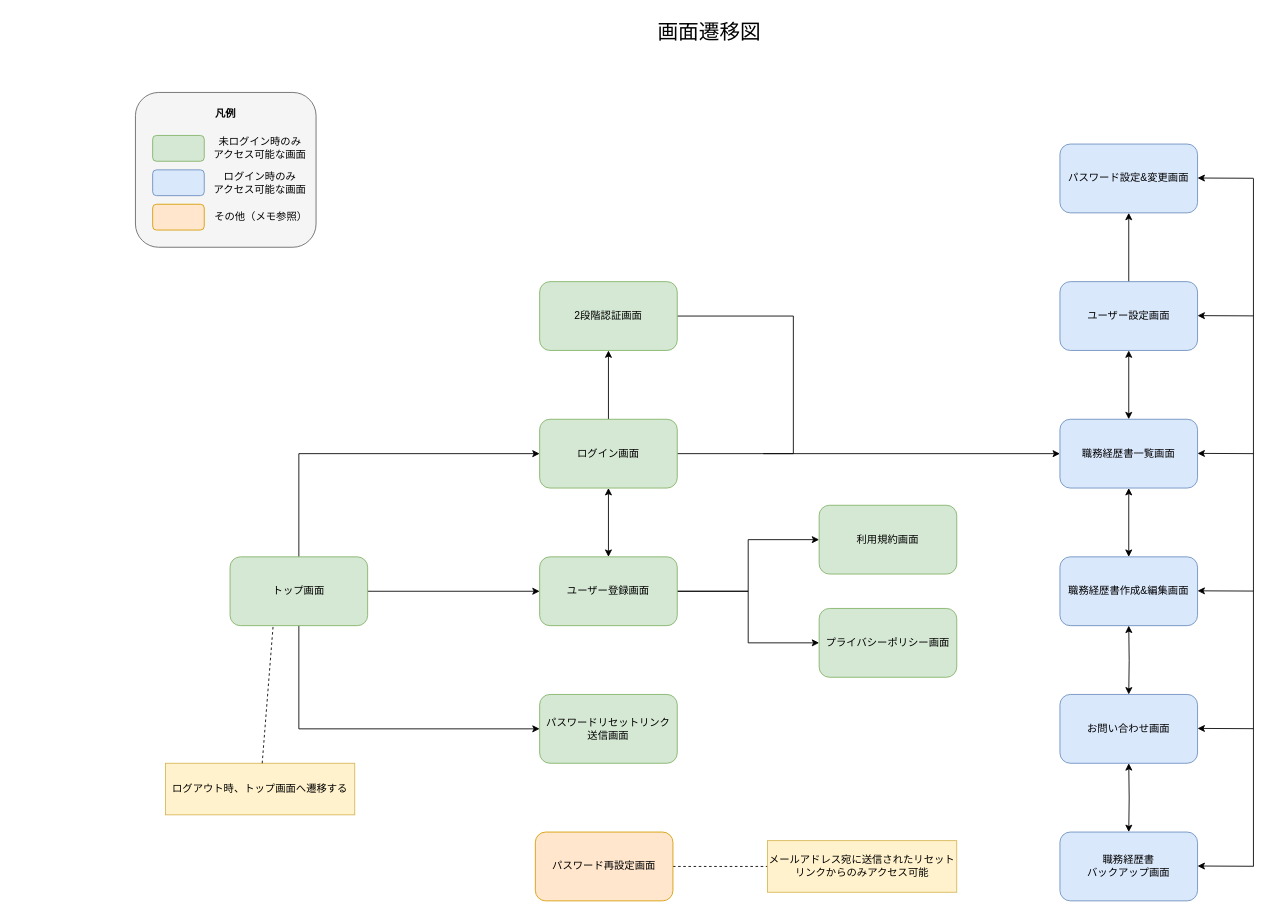
DogisRiki/KeirekiPro keeps this draw.io diagram as doc/画面設計/画面遷移図.drawio. Above is the earlier version. Source tidied: cells renumbered, new cells numbered last; positions are measured from the earlier drawing's top-left corner, leaving out a move shared by most shapes. Both pictures are drawn from the tidied source at 86%, with x=0, y=0 at pixel (135, 15).
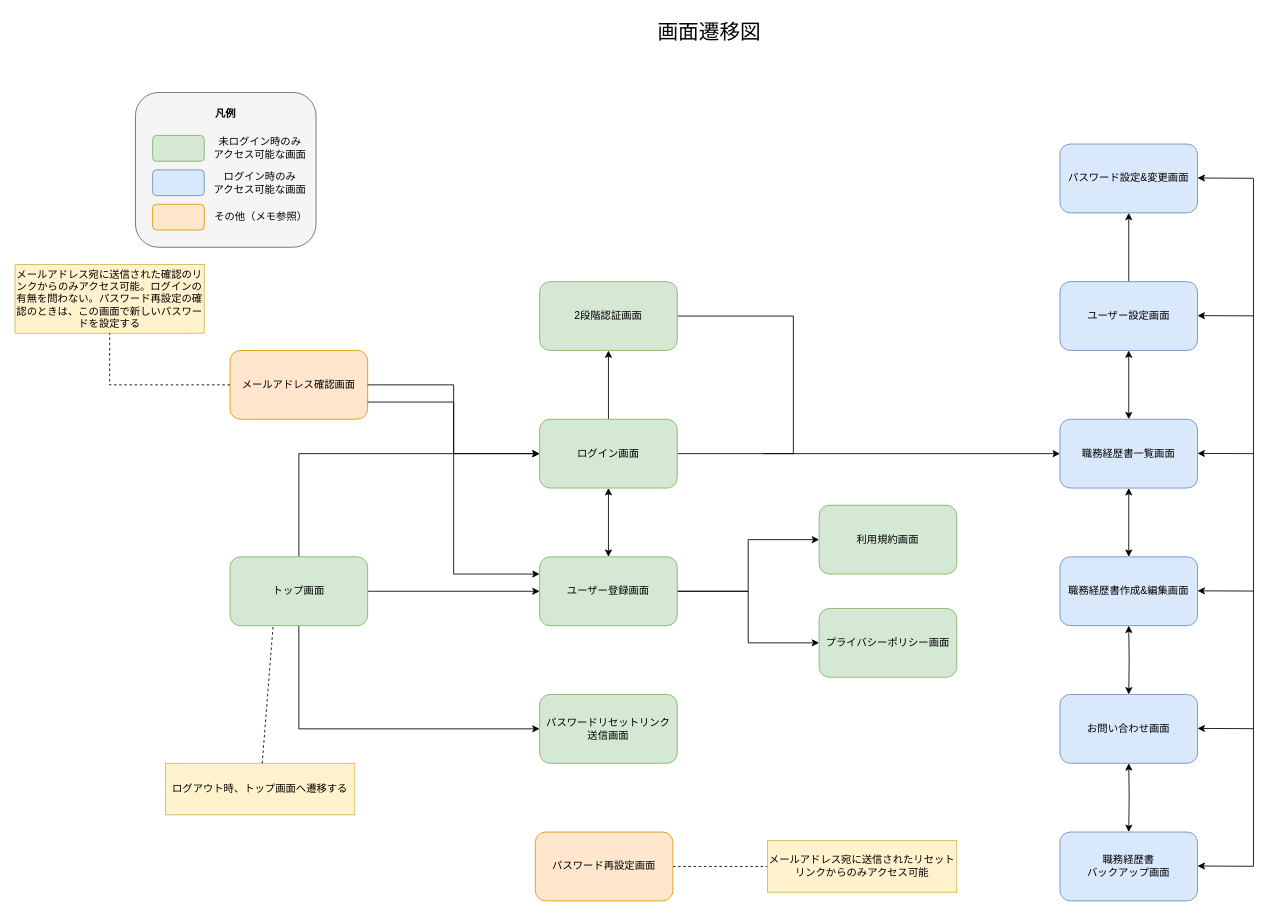
Above is the later version.

Unchanged cells that the change refers to:
```xml
<mxCell id="19" value="ログイン画面" style="rounded=1;whiteSpace=wrap;html=1;fillColor=#d5e8d4;strokeColor=#82b366;" parent="1" vertex="1">
  <mxGeometry x="470" y="470" width="160" height="80" as="geometry" />
</mxCell>
<mxCell id="22" value="ユーザー登録画面" style="rounded=1;whiteSpace=wrap;html=1;fillColor=#d5e8d4;strokeColor=#82b366;" parent="1" vertex="1">
  <mxGeometry x="470" y="630" width="160" height="80" as="geometry" />
</mxCell>
```

The edit, as a diff of the source:
```diff
@@
+    <mxCell id="51" value="メールアドレス確認画面" style="rounded=1;whiteSpace=wrap;html=1;fillColor=#ffe6cc;strokeColor=#d79b00;" parent="1" vertex="1">
+      <mxGeometry x="110" y="390" width="160" height="80" as="geometry" />
+    </mxCell>
+    <mxCell id="52" value="メールアドレス宛に送信された確認のリンクからのみアクセス可能。ログインの有無を問わない。パスワード再設定の確認のときは、この画面で新しいパスワードを設定する" style="rounded=0;whiteSpace=wrap;html=1;fillColor=#fff2cc;strokeColor=#d6b656;" parent="1" vertex="1">
+      <mxGeometry x="-140" y="290" width="220" height="80" as="geometry" />
+    </mxCell>
+    <mxCell id="53" style="edgeStyle=orthogonalEdgeStyle;rounded=0;jettySize=auto;html=1;exitX=0;exitY=0.5;exitDx=0;exitDy=0;entryX=0.5;entryY=1;entryDx=0;entryDy=0;endArrow=none;endFill=0;dashed=1;" parent="1" edge="1" source="51" target="52">
+      <mxGeometry relative="1" as="geometry" />
+    </mxCell>
+    <mxCell id="54" style="edgeStyle=orthogonalEdgeStyle;rounded=0;jettySize=auto;html=1;exitX=1;exitY=0.5;exitDx=0;exitDy=0;entryX=0;entryY=0.5;entryDx=0;entryDy=0;" parent="1" edge="1" source="51" target="19">
+      <mxGeometry relative="1" as="geometry" />
+    </mxCell>
+    <mxCell id="55" style="edgeStyle=orthogonalEdgeStyle;rounded=0;jettySize=auto;html=1;exitX=1;exitY=0.75;exitDx=0;exitDy=0;entryX=0;entryY=0.25;entryDx=0;entryDy=0;" parent="1" edge="1" source="51" target="22">
+      <mxGeometry relative="1" as="geometry" />
+    </mxCell>
```
